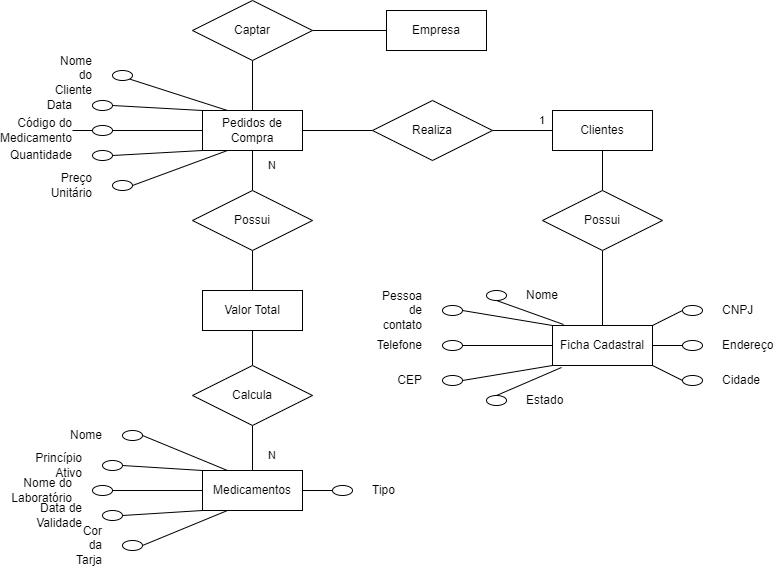
lovis11/BD1 keeps this draw.io diagram as pratica1quest2.png. Above is the earlier version. Source tidied: cells renumbered, new cells last; positions are measured from the earlier drawing's top-left corner, leaving out a move shared by most shapes.
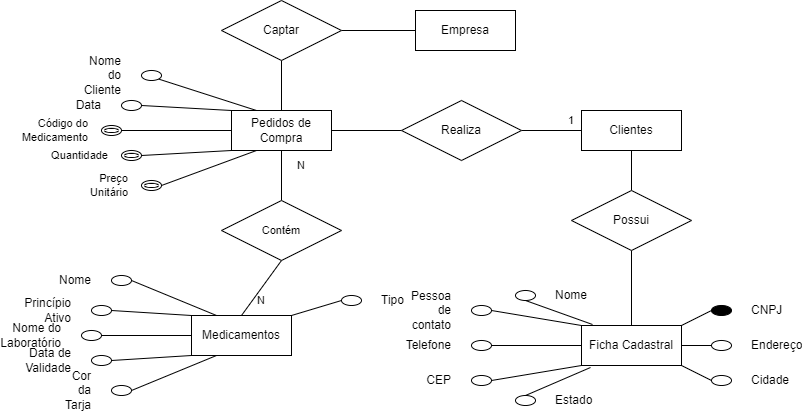
The same diagram one commit later.

What changed in the source:
```diff
@@ -23,7 +23,7 @@
     <mxCell id="8" style="edgeStyle=none;shape=connector;rounded=0;jettySize=auto;html=1;exitX=0;exitY=0.5;exitDx=0;exitDy=0;entryX=1;entryY=0;entryDx=0;entryDy=0;strokeColor=default;align=center;verticalAlign=middle;fontFamily=Helvetica;fontSize=11;fontColor=default;labelBackgroundColor=default;endArrow=none;endFill=0;" parent="1" edge="1" source="9" target="6">
       <mxGeometry relative="1" as="geometry" />
     </mxCell>
-    <mxCell id="9" value="CNPJ" style="ellipse;whiteSpace=wrap;html=1;align=left;spacing=40;" parent="1" vertex="1">
+    <mxCell id="9" value="CNPJ" style="ellipse;whiteSpace=wrap;html=1;align=left;spacing=40;fillColor=#000000;" parent="1" vertex="1">
       <mxGeometry x="610" y="305" width="20" height="10" as="geometry" />
     </mxCell>
     <mxCell id="10" style="edgeStyle=none;shape=connector;rounded=0;jettySize=auto;html=1;exitX=0;exitY=0.5;exitDx=0;exitDy=0;entryX=1;entryY=0.5;entryDx=0;entryDy=0;strokeColor=default;align=center;verticalAlign=middle;fontFamily=Helvetica;fontSize=11;fontColor=default;labelBackgroundColor=default;endArrow=none;endFill=0;" parent="1" edge="1" source="11" target="6">
@@ -65,9 +65,12 @@
     <mxCell id="22" style="edgeStyle=none;shape=connector;rounded=0;jettySize=auto;html=1;exitX=0.5;exitY=0;exitDx=0;exitDy=0;entryX=0.09;entryY=1.05;entryDx=0;entryDy=0;entryPerimeter=0;strokeColor=default;align=center;verticalAlign=middle;fontFamily=Helvetica;fontSize=11;fontColor=default;labelBackgroundColor=default;endArrow=none;endFill=0;" parent="1" edge="1" source="20" target="6">
       <mxGeometry relative="1" as="geometry" />
     </mxCell>
-    <mxCell id="23" style="edgeStyle=none;shape=connector;rounded=0;jettySize=auto;html=1;exitX=0.5;exitY=1;exitDx=0;exitDy=0;entryX=0.5;entryY=0;entryDx=0;entryDy=0;strokeColor=default;align=center;verticalAlign=middle;fontFamily=Helvetica;fontSize=11;fontColor=default;labelBackgroundColor=default;endArrow=none;endFill=0;" parent="1" edge="1" source="24" target="58">
-      <mxGeometry relative="1" as="geometry" />
-    </mxCell>
+    <mxCell id="64" style="edgeStyle=none;shape=connector;rounded=0;jettySize=auto;html=1;exitX=0;exitY=0.5;exitDx=0;exitDy=0;entryX=1;entryY=0.5;entryDx=0;entryDy=0;strokeColor=default;align=center;verticalAlign=middle;fontFamily=Helvetica;fontSize=11;fontColor=default;labelBackgroundColor=default;endArrow=none;endFill=0;" parent="1" edge="1" source="24" target="28">
+      <mxGeometry relative="1" as="geometry" />
+    </mxCell>
+    <mxCell id="65" style="edgeStyle=none;shape=connector;rounded=0;jettySize=auto;html=1;exitX=0.5;exitY=1;exitDx=0;exitDy=0;entryX=0.5;entryY=0;entryDx=0;entryDy=0;strokeColor=default;align=center;verticalAlign=middle;fontFamily=Helvetica;fontSize=11;fontColor=default;labelBackgroundColor=default;endArrow=none;endFill=0;" parent="1" edge="1" source="24" target="67">
+      <mxGeometry relative="1" as="geometry" />
+    </mxCell>
     <mxCell id="24" value="Pedidos de Compra" style="whiteSpace=wrap;html=1;align=center;" parent="1" vertex="1">
       <mxGeometry x="130" y="110" width="100" height="40" as="geometry" />
     </mxCell>
@@ -77,70 +80,60 @@
     <mxCell id="26" value="Data" style="ellipse;whiteSpace=wrap;html=1;align=right;spacing=40;" parent="1" vertex="1">
       <mxGeometry x="20" y="100" width="20" height="10" as="geometry" />
     </mxCell>
-    <mxCell id="27" style="edgeStyle=none;shape=connector;rounded=0;jettySize=auto;html=1;exitX=1;exitY=0.5;exitDx=0;exitDy=0;entryX=0;entryY=0.5;entryDx=0;entryDy=0;strokeColor=default;align=center;verticalAlign=middle;fontFamily=Helvetica;fontSize=11;fontColor=default;labelBackgroundColor=default;endArrow=none;endFill=0;" parent="1" edge="1" target="24">
-      <mxGeometry relative="1" as="geometry">
-        <mxPoint y="130" as="sourcePoint" />
-      </mxGeometry>
-    </mxCell>
-    <mxCell id="28" value="Código do Medicamento" style="ellipse;whiteSpace=wrap;html=1;align=right;spacing=40;" parent="1" vertex="1">
-      <mxGeometry x="20" y="125" width="20" height="10" as="geometry" />
-    </mxCell>
-    <mxCell id="29" style="edgeStyle=none;shape=connector;rounded=0;jettySize=auto;html=1;exitX=1;exitY=0.5;exitDx=0;exitDy=0;entryX=0;entryY=1;entryDx=0;entryDy=0;strokeColor=default;align=center;verticalAlign=middle;fontFamily=Helvetica;fontSize=11;fontColor=default;labelBackgroundColor=default;endArrow=none;endFill=0;" parent="1" edge="1" source="30" target="24">
-      <mxGeometry relative="1" as="geometry" />
+    <mxCell id="29" style="edgeStyle=none;shape=connector;rounded=0;jettySize=auto;html=1;exitX=1;exitY=0.5;exitDx=0;exitDy=0;entryX=0;entryY=1;entryDx=0;entryDy=0;strokeColor=default;align=center;verticalAlign=middle;fontFamily=Helvetica;fontSize=11;fontColor=default;labelBackgroundColor=default;endArrow=none;endFill=0;" parent="1" edge="1" target="24">
+      <mxGeometry relative="1" as="geometry">
+        <mxPoint x="40" y="155" as="sourcePoint" />
+      </mxGeometry>
     </mxCell>
-    <mxCell id="30" value="Quantidade" style="ellipse;whiteSpace=wrap;html=1;align=right;spacing=40;" parent="1" vertex="1">
-      <mxGeometry x="20" y="150" width="20" height="10" as="geometry" />
-    </mxCell>
     <mxCell id="31" style="edgeStyle=none;shape=connector;rounded=0;jettySize=auto;html=1;exitX=1;exitY=1;exitDx=0;exitDy=0;entryX=0.25;entryY=0;entryDx=0;entryDy=0;strokeColor=default;align=center;verticalAlign=middle;fontFamily=Helvetica;fontSize=11;fontColor=default;labelBackgroundColor=default;endArrow=none;endFill=0;" parent="1" edge="1" source="32" target="24">
       <mxGeometry relative="1" as="geometry" />
     </mxCell>
     <mxCell id="32" value="Nome do Cliente" style="ellipse;whiteSpace=wrap;html=1;align=right;spacing=40;" parent="1" vertex="1">
       <mxGeometry x="40" y="70" width="20" height="10" as="geometry" />
     </mxCell>
-    <mxCell id="33" style="edgeStyle=none;shape=connector;rounded=0;jettySize=auto;html=1;exitX=1;exitY=0.5;exitDx=0;exitDy=0;entryX=0.25;entryY=1;entryDx=0;entryDy=0;strokeColor=default;align=center;verticalAlign=middle;fontFamily=Helvetica;fontSize=11;fontColor=default;labelBackgroundColor=default;endArrow=none;endFill=0;" parent="1" edge="1" source="34" target="24">
-      <mxGeometry relative="1" as="geometry" />
+    <mxCell id="33" style="edgeStyle=none;shape=connector;rounded=0;jettySize=auto;html=1;exitX=1;exitY=0.5;exitDx=0;exitDy=0;entryX=0.25;entryY=1;entryDx=0;entryDy=0;strokeColor=default;align=center;verticalAlign=middle;fontFamily=Helvetica;fontSize=11;fontColor=default;labelBackgroundColor=default;endArrow=none;endFill=0;" parent="1" edge="1" target="24">
+      <mxGeometry relative="1" as="geometry">
+        <mxPoint x="60" y="185" as="sourcePoint" />
+      </mxGeometry>
     </mxCell>
-    <mxCell id="34" value="Preço Unitário" style="ellipse;whiteSpace=wrap;html=1;align=right;spacing=40;" parent="1" vertex="1">
-      <mxGeometry x="40" y="180" width="20" height="10" as="geometry" />
-    </mxCell>
     <mxCell id="35" value="Medicamentos" style="whiteSpace=wrap;html=1;align=center;" parent="1" vertex="1">
-      <mxGeometry x="130" y="470" width="100" height="40" as="geometry" />
+      <mxGeometry x="90" y="315" width="100" height="40" as="geometry" />
     </mxCell>
     <mxCell id="36" style="edgeStyle=none;shape=connector;rounded=0;jettySize=auto;html=1;exitX=1;exitY=0.5;exitDx=0;exitDy=0;entryX=0;entryY=0.5;entryDx=0;entryDy=0;strokeColor=default;align=center;verticalAlign=middle;fontFamily=Helvetica;fontSize=11;fontColor=default;labelBackgroundColor=default;endArrow=none;endFill=0;" parent="1" edge="1" source="37" target="35">
       <mxGeometry relative="1" as="geometry" />
     </mxCell>
     <mxCell id="37" value="Nome do Laboratório" style="ellipse;whiteSpace=wrap;html=1;align=right;spacing=40;" parent="1" vertex="1">
-      <mxGeometry x="20" y="485" width="20" height="10" as="geometry" />
+      <mxGeometry x="-20" y="330" width="20" height="10" as="geometry" />
     </mxCell>
     <mxCell id="38" style="edgeStyle=none;shape=connector;rounded=0;jettySize=auto;html=1;exitX=1;exitY=0.5;exitDx=0;exitDy=0;entryX=0;entryY=1;entryDx=0;entryDy=0;strokeColor=default;align=center;verticalAlign=middle;fontFamily=Helvetica;fontSize=11;fontColor=default;labelBackgroundColor=default;endArrow=none;endFill=0;" parent="1" edge="1" source="39" target="35">
       <mxGeometry relative="1" as="geometry" />
     </mxCell>
     <mxCell id="39" value="Data de Validade" style="ellipse;whiteSpace=wrap;html=1;align=right;spacing=40;" parent="1" vertex="1">
-      <mxGeometry x="30" y="510" width="20" height="10" as="geometry" />
+      <mxGeometry x="-10" y="355" width="20" height="10" as="geometry" />
     </mxCell>
     <mxCell id="40" style="edgeStyle=none;shape=connector;rounded=0;jettySize=auto;html=1;exitX=1;exitY=0.5;exitDx=0;exitDy=0;entryX=0;entryY=0;entryDx=0;entryDy=0;strokeColor=default;align=center;verticalAlign=middle;fontFamily=Helvetica;fontSize=11;fontColor=default;labelBackgroundColor=default;endArrow=none;endFill=0;" parent="1" edge="1" source="41" target="35">
       <mxGeometry relative="1" as="geometry" />
     </mxCell>
     <mxCell id="41" value="Princípio Ativo" style="ellipse;whiteSpace=wrap;html=1;align=right;spacing=40;" parent="1" vertex="1">
-      <mxGeometry x="30" y="460" width="20" height="10" as="geometry" />
+      <mxGeometry x="-10" y="305" width="20" height="10" as="geometry" />
     </mxCell>
     <mxCell id="42" style="edgeStyle=none;shape=connector;rounded=0;jettySize=auto;html=1;exitX=1;exitY=0.5;exitDx=0;exitDy=0;entryX=0.25;entryY=0;entryDx=0;entryDy=0;strokeColor=default;align=center;verticalAlign=middle;fontFamily=Helvetica;fontSize=11;fontColor=default;labelBackgroundColor=default;endArrow=none;endFill=0;" parent="1" edge="1" source="43" target="35">
       <mxGeometry relative="1" as="geometry" />
     </mxCell>
     <mxCell id="43" value="Nome" style="ellipse;whiteSpace=wrap;html=1;align=right;spacing=40;" parent="1" vertex="1">
-      <mxGeometry x="50" y="430" width="20" height="10" as="geometry" />
+      <mxGeometry x="10" y="275" width="20" height="10" as="geometry" />
     </mxCell>
     <mxCell id="44" style="edgeStyle=none;shape=connector;rounded=0;jettySize=auto;html=1;exitX=1;exitY=0.5;exitDx=0;exitDy=0;entryX=0.25;entryY=1;entryDx=0;entryDy=0;strokeColor=default;align=center;verticalAlign=middle;fontFamily=Helvetica;fontSize=11;fontColor=default;labelBackgroundColor=default;endArrow=none;endFill=0;" parent="1" edge="1" source="45" target="35">
       <mxGeometry relative="1" as="geometry" />
     </mxCell>
     <mxCell id="45" value="Cor da Tarja" style="ellipse;whiteSpace=wrap;html=1;align=right;spacing=40;" parent="1" vertex="1">
-      <mxGeometry x="50" y="540" width="20" height="10" as="geometry" />
+      <mxGeometry x="10" y="385" width="20" height="10" as="geometry" />
     </mxCell>
-    <mxCell id="46" style="edgeStyle=none;shape=connector;rounded=0;jettySize=auto;html=1;exitX=0;exitY=0.5;exitDx=0;exitDy=0;entryX=1;entryY=0.5;entryDx=0;entryDy=0;strokeColor=default;align=center;verticalAlign=middle;fontFamily=Helvetica;fontSize=11;fontColor=default;labelBackgroundColor=default;endArrow=none;endFill=0;" parent="1" edge="1" source="47" target="35">
+    <mxCell id="46" style="edgeStyle=none;shape=connector;rounded=0;jettySize=auto;html=1;exitX=0;exitY=0.5;exitDx=0;exitDy=0;entryX=1;entryY=0;entryDx=0;entryDy=0;strokeColor=default;align=center;verticalAlign=middle;fontFamily=Helvetica;fontSize=11;fontColor=default;labelBackgroundColor=default;endArrow=none;endFill=0;" parent="1" edge="1" source="47" target="35">
       <mxGeometry relative="1" as="geometry" />
     </mxCell>
     <mxCell id="47" value="Tipo" style="ellipse;whiteSpace=wrap;html=1;align=left;spacing=40;" parent="1" vertex="1">
-      <mxGeometry x="260" y="485" width="20" height="10" as="geometry" />
+      <mxGeometry x="240" y="295" width="20" height="10" as="geometry" />
     </mxCell>
     <mxCell id="48" style="edgeStyle=none;shape=connector;rounded=0;jettySize=auto;html=1;exitX=0.5;exitY=1;exitDx=0;exitDy=0;entryX=0.5;entryY=0;entryDx=0;entryDy=0;strokeColor=default;align=center;verticalAlign=middle;fontFamily=Helvetica;fontSize=11;fontColor=default;labelBackgroundColor=default;endArrow=none;endFill=0;" parent="1" edge="1" source="49" target="24">
       <mxGeometry relative="1" as="geometry" />
@@ -163,32 +156,29 @@
     <mxCell id="54" value="Possui" style="shape=rhombus;perimeter=rhombusPerimeter;whiteSpace=wrap;html=1;align=center;" parent="1" vertex="1">
       <mxGeometry x="470" y="190" width="120" height="60" as="geometry" />
     </mxCell>
-    <mxCell id="55" style="edgeStyle=none;shape=connector;rounded=0;jettySize=auto;html=1;exitX=0.5;exitY=1;exitDx=0;exitDy=0;entryX=0.5;entryY=0;entryDx=0;entryDy=0;strokeColor=default;align=center;verticalAlign=middle;fontFamily=Helvetica;fontSize=11;fontColor=default;labelBackgroundColor=default;endArrow=none;endFill=0;" parent="1" edge="1" source="56" target="60">
-      <mxGeometry relative="1" as="geometry" />
-    </mxCell>
-    <mxCell id="56" value="Valor Total" style="whiteSpace=wrap;html=1;align=center;" parent="1" vertex="1">
-      <mxGeometry x="130" y="290" width="100" height="40" as="geometry" />
-    </mxCell>
-    <mxCell id="57" style="edgeStyle=none;shape=connector;rounded=0;jettySize=auto;html=1;exitX=0.5;exitY=1;exitDx=0;exitDy=0;entryX=0.5;entryY=0;entryDx=0;entryDy=0;strokeColor=default;align=center;verticalAlign=middle;fontFamily=Helvetica;fontSize=11;fontColor=default;labelBackgroundColor=default;endArrow=none;endFill=0;" parent="1" edge="1" source="58" target="56">
-      <mxGeometry relative="1" as="geometry" />
-    </mxCell>
-    <mxCell id="58" value="Possui" style="shape=rhombus;perimeter=rhombusPerimeter;whiteSpace=wrap;html=1;align=center;" parent="1" vertex="1">
-      <mxGeometry x="120" y="190" width="120" height="60" as="geometry" />
-    </mxCell>
-    <mxCell id="59" style="edgeStyle=none;shape=connector;rounded=0;jettySize=auto;html=1;exitX=0.5;exitY=1;exitDx=0;exitDy=0;entryX=0.5;entryY=0;entryDx=0;entryDy=0;strokeColor=default;align=center;verticalAlign=middle;fontFamily=Helvetica;fontSize=11;fontColor=default;labelBackgroundColor=default;endArrow=none;endFill=0;" parent="1" edge="1" source="60" target="35">
-      <mxGeometry relative="1" as="geometry" />
-    </mxCell>
-    <mxCell id="60" value="Calcula" style="shape=rhombus;perimeter=rhombusPerimeter;whiteSpace=wrap;html=1;align=center;" parent="1" vertex="1">
-      <mxGeometry x="120" y="365" width="120" height="60" as="geometry" />
-    </mxCell>
     <mxCell id="61" value="N" style="text;html=1;align=center;verticalAlign=middle;whiteSpace=wrap;rounded=0;fontFamily=Helvetica;fontSize=11;fontColor=default;labelBackgroundColor=default;" parent="1" vertex="1">
       <mxGeometry x="190" y="160" width="20" height="10" as="geometry" />
     </mxCell>
     <mxCell id="62" value="N" style="text;html=1;align=center;verticalAlign=middle;whiteSpace=wrap;rounded=0;fontFamily=Helvetica;fontSize=11;fontColor=default;labelBackgroundColor=default;" parent="1" vertex="1">
-      <mxGeometry x="190" y="450" width="20" height="10" as="geometry" />
+      <mxGeometry x="150" y="295" width="20" height="10" as="geometry" />
     </mxCell>
     <mxCell id="63" value="1" style="text;html=1;align=center;verticalAlign=middle;whiteSpace=wrap;rounded=0;fontFamily=Helvetica;fontSize=11;fontColor=default;labelBackgroundColor=default;" parent="1" vertex="1">
       <mxGeometry x="460" y="115" width="20" height="10" as="geometry" />
     </mxCell>
+    <mxCell id="28" value="Código do Medicamento" style="ellipse;shape=doubleEllipse;margin=3;whiteSpace=wrap;html=1;align=right;fontFamily=Helvetica;fontSize=11;fontColor=default;labelBackgroundColor=default;spacing=30;" parent="1" vertex="1">
+      <mxGeometry y="125" width="20" height="10" as="geometry" />
+    </mxCell>
+    <mxCell id="30" value="Quantidade" style="ellipse;shape=doubleEllipse;margin=3;whiteSpace=wrap;html=1;align=right;fontFamily=Helvetica;fontSize=11;fontColor=default;labelBackgroundColor=default;spacing=30;" parent="1" vertex="1">
+      <mxGeometry x="20" y="150" width="20" height="10" as="geometry" />
+    </mxCell>
+    <mxCell id="34" value="Preço Unitário" style="ellipse;shape=doubleEllipse;margin=3;whiteSpace=wrap;html=1;align=right;fontFamily=Helvetica;fontSize=11;fontColor=default;labelBackgroundColor=default;spacing=30;" parent="1" vertex="1">
+      <mxGeometry x="40" y="180" width="20" height="10" as="geometry" />
+    </mxCell>
+    <mxCell id="66" style="edgeStyle=none;shape=connector;rounded=0;jettySize=auto;html=1;exitX=0.5;exitY=1;exitDx=0;exitDy=0;entryX=0.5;entryY=0;entryDx=0;entryDy=0;strokeColor=default;align=center;verticalAlign=middle;fontFamily=Helvetica;fontSize=11;fontColor=default;labelBackgroundColor=default;endArrow=none;endFill=0;" parent="1" edge="1" source="67" target="35">
+      <mxGeometry relative="1" as="geometry" />
+    </mxCell>
+    <mxCell id="67" value="Contém" style="shape=rhombus;perimeter=rhombusPerimeter;whiteSpace=wrap;html=1;align=center;fontFamily=Helvetica;fontSize=11;fontColor=default;labelBackgroundColor=default;" parent="1" vertex="1">
+      <mxGeometry x="120" y="200" width="120" height="60" as="geometry" />
+    </mxCell>
   </root>
 </mxGraphModel>
```
